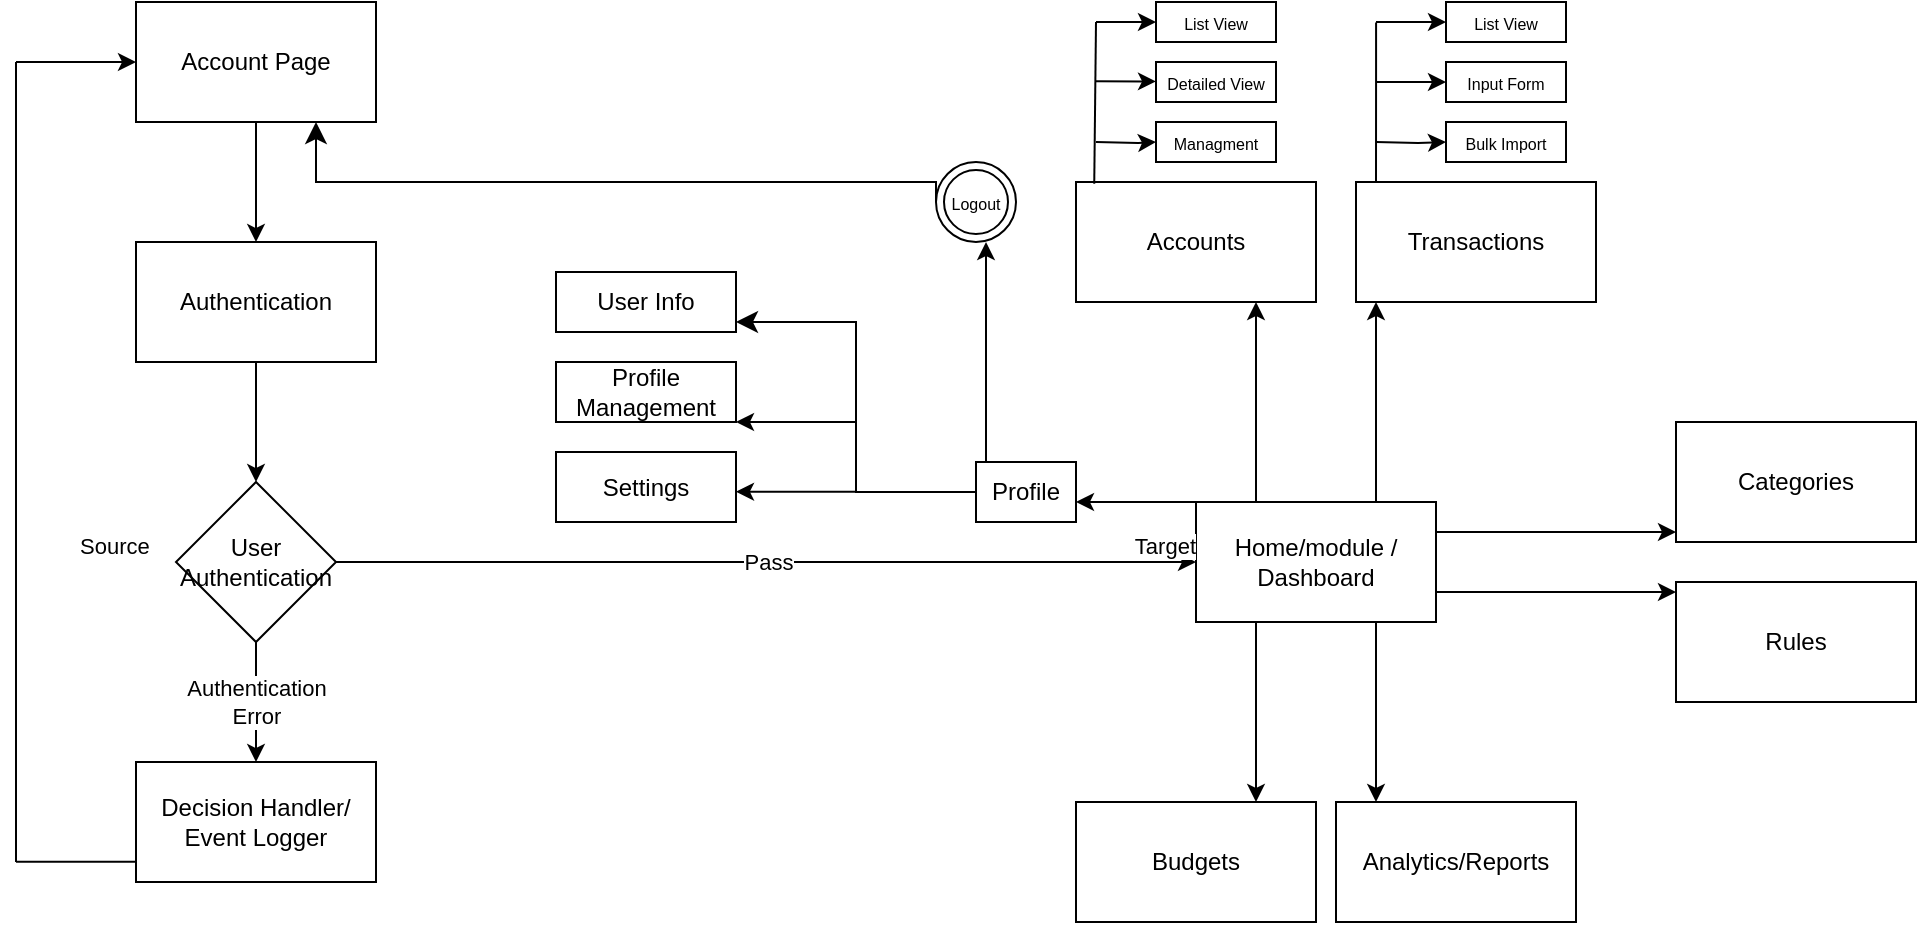
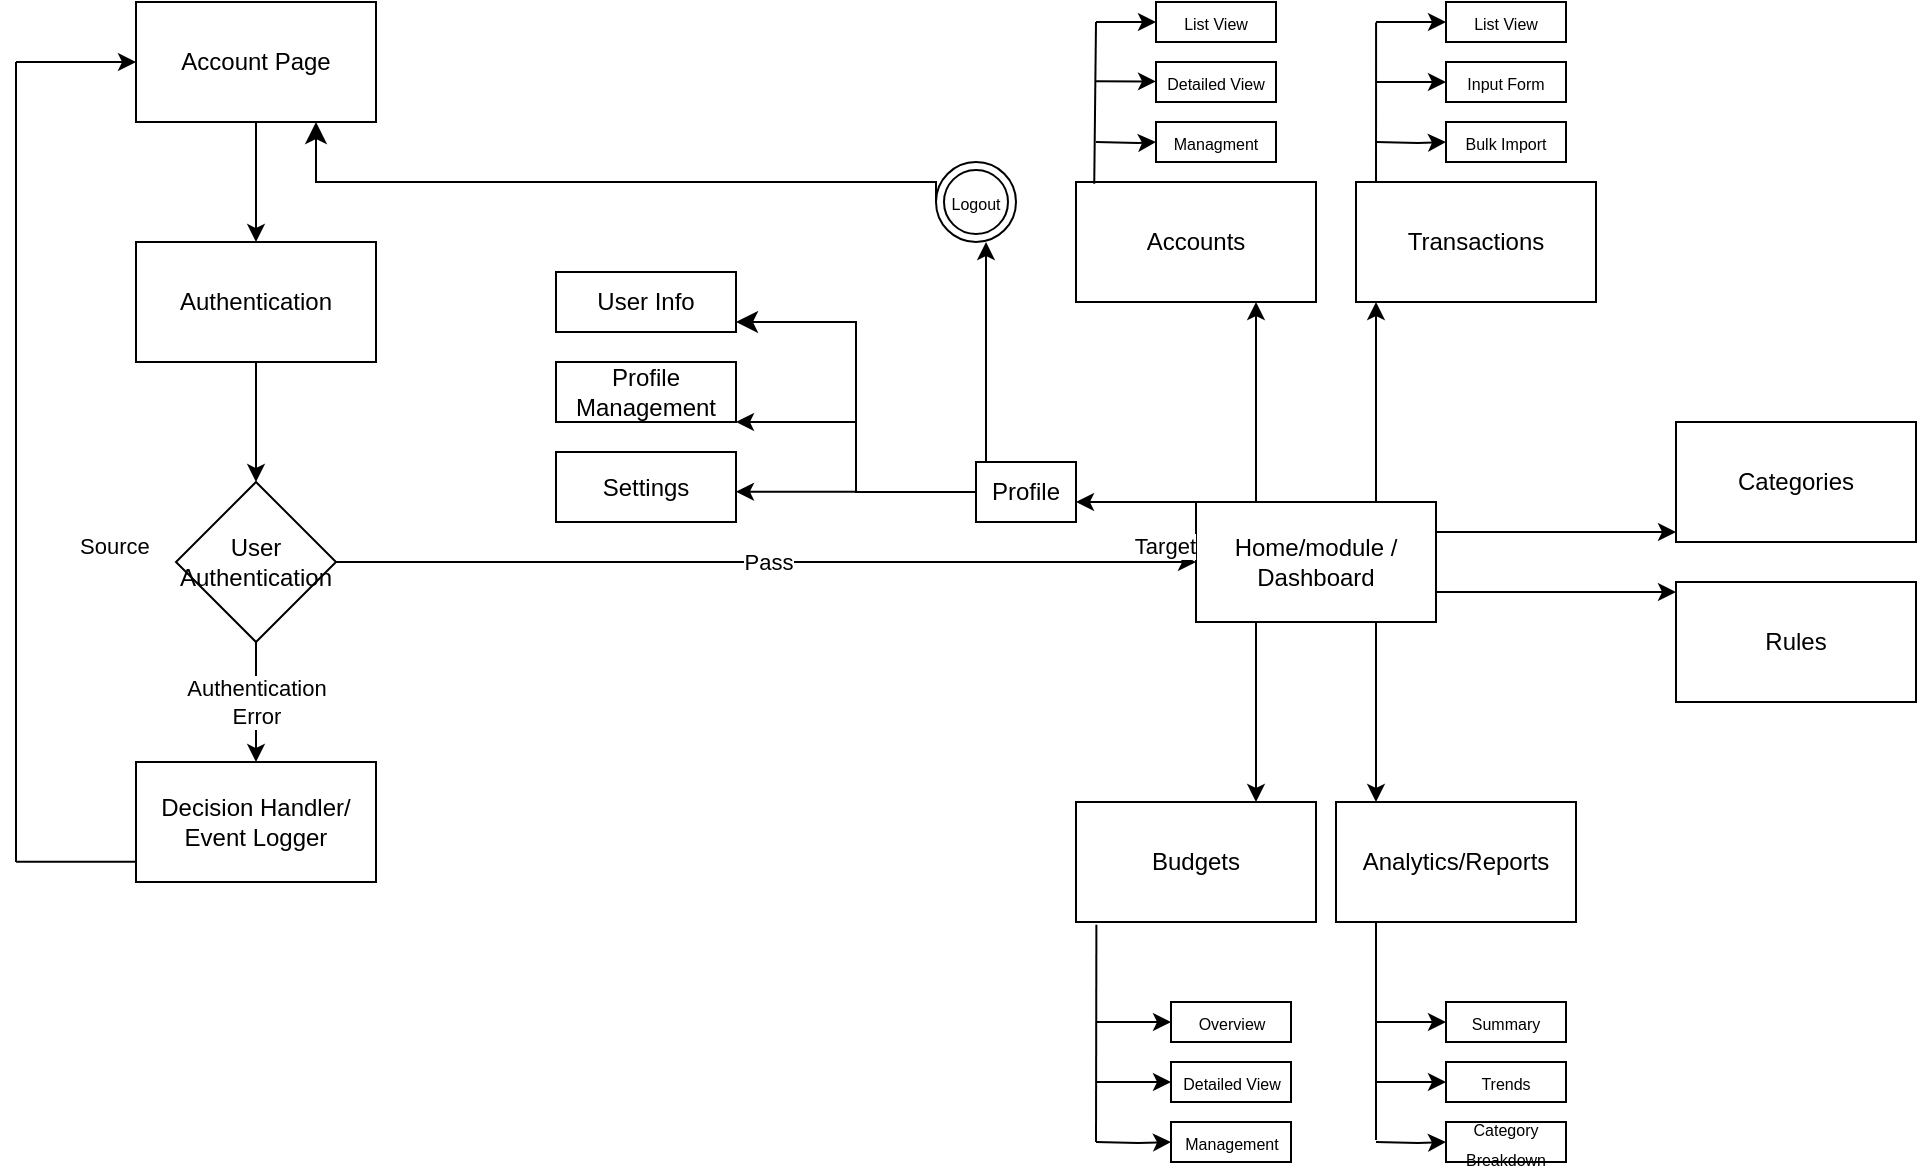
<mxfile host="app.diagrams.net" agent="Mozilla/5.0 (Windows NT 10.0; Win64; x64) AppleWebKit/537.36 (KHTML, like Gecko) Chrome/139.0.0.0 Safari/537.36" version="28.1.0">
  <diagram name="Page-1" id="GulApN4WPxvMzPRhlIXC">
-     <mxGraphModel dx="1194" dy="180" grid="1" gridSize="10" guides="1" tooltips="1" connect="1" arrows="1" fold="1" page="1" pageScale="1" pageWidth="850" pageHeight="1100" math="0" shadow="0">
+     <mxGraphModel dx="1452" dy="316" grid="1" gridSize="10" guides="1" tooltips="1" connect="1" arrows="1" fold="1" page="1" pageScale="1" pageWidth="850" pageHeight="1100" math="0" shadow="0">
      <root>
        <mxCell id="0" />
        <mxCell id="1" parent="0" />
        <mxCell id="rlmv7btFgNykXjglH9dx-1" value="Account Page" style="rounded=0;whiteSpace=wrap;html=1;" parent="1" vertex="1">
          <mxGeometry x="-250" y="80" width="120" height="60" as="geometry" />
        </mxCell>
        <mxCell id="rlmv7btFgNykXjglH9dx-2" value="" style="endArrow=classic;html=1;rounded=0;exitX=0.5;exitY=1;exitDx=0;exitDy=0;entryX=0.5;entryY=0;entryDx=0;entryDy=0;" parent="1" source="rlmv7btFgNykXjglH9dx-1" target="rlmv7btFgNykXjglH9dx-4" edge="1">
          <mxGeometry width="50" height="50" relative="1" as="geometry">
            <mxPoint x="-180" y="150" as="sourcePoint" />
            <mxPoint x="-30" y="110" as="targetPoint" />
          </mxGeometry>
        </mxCell>
        <mxCell id="rlmv7btFgNykXjglH9dx-4" value="Authentication" style="rounded=0;whiteSpace=wrap;html=1;" parent="1" vertex="1">
          <mxGeometry x="-250" y="200" width="120" height="60" as="geometry" />
        </mxCell>
        <mxCell id="rlmv7btFgNykXjglH9dx-6" value="User Authentication" style="rhombus;whiteSpace=wrap;html=1;" parent="1" vertex="1">
          <mxGeometry x="-230" y="320" width="80" height="80" as="geometry" />
        </mxCell>
        <mxCell id="rlmv7btFgNykXjglH9dx-7" value="" style="endArrow=classic;html=1;rounded=0;exitX=0.5;exitY=1;exitDx=0;exitDy=0;" parent="1" source="rlmv7btFgNykXjglH9dx-4" target="rlmv7btFgNykXjglH9dx-6" edge="1">
          <mxGeometry width="50" height="50" relative="1" as="geometry">
            <mxPoint x="-190" y="280" as="sourcePoint" />
            <mxPoint x="-140" y="230" as="targetPoint" />
          </mxGeometry>
        </mxCell>
        <mxCell id="rlmv7btFgNykXjglH9dx-11" value="Home/module / Dashboard" style="rounded=0;whiteSpace=wrap;html=1;" parent="1" vertex="1">
          <mxGeometry x="280" y="330" width="120" height="60" as="geometry" />
        </mxCell>
        <mxCell id="rlmv7btFgNykXjglH9dx-12" value="Pass" style="endArrow=classic;html=1;rounded=0;entryX=0;entryY=0.5;entryDx=0;entryDy=0;exitX=1;exitY=0.5;exitDx=0;exitDy=0;" parent="1" target="rlmv7btFgNykXjglH9dx-11" edge="1" source="rlmv7btFgNykXjglH9dx-6">
          <mxGeometry x="0.0033" relative="1" as="geometry">
            <mxPoint x="120" y="360" as="sourcePoint" />
            <mxPoint x="240" y="360" as="targetPoint" />
            <mxPoint as="offset" />
          </mxGeometry>
        </mxCell>
        <mxCell id="rlmv7btFgNykXjglH9dx-14" value="Source" style="edgeLabel;resizable=0;html=1;;align=left;verticalAlign=bottom;" parent="rlmv7btFgNykXjglH9dx-12" connectable="0" vertex="1">
          <mxGeometry x="-1" relative="1" as="geometry">
            <mxPoint x="-130" as="offset" />
          </mxGeometry>
        </mxCell>
        <mxCell id="rlmv7btFgNykXjglH9dx-15" value="Target" style="edgeLabel;resizable=0;html=1;;align=right;verticalAlign=bottom;" parent="rlmv7btFgNykXjglH9dx-12" connectable="0" vertex="1">
          <mxGeometry x="1" relative="1" as="geometry" />
        </mxCell>
        <mxCell id="rlmv7btFgNykXjglH9dx-16" value="Decision Handler/ Event Logger" style="rounded=0;whiteSpace=wrap;html=1;" parent="1" vertex="1">
          <mxGeometry x="-250" y="460" width="120" height="60" as="geometry" />
        </mxCell>
        <mxCell id="rlmv7btFgNykXjglH9dx-18" value="" style="endArrow=classic;html=1;rounded=0;exitX=0.5;exitY=1;exitDx=0;exitDy=0;entryX=0.5;entryY=0;entryDx=0;entryDy=0;" parent="1" source="rlmv7btFgNykXjglH9dx-6" target="rlmv7btFgNykXjglH9dx-16" edge="1">
          <mxGeometry relative="1" as="geometry">
            <mxPoint x="-30" y="450" as="sourcePoint" />
            <mxPoint x="130" y="450" as="targetPoint" />
          </mxGeometry>
        </mxCell>
        <mxCell id="rlmv7btFgNykXjglH9dx-19" value="Authentication&lt;div&gt;Error&lt;/div&gt;" style="edgeLabel;resizable=0;html=1;;align=center;verticalAlign=middle;" parent="rlmv7btFgNykXjglH9dx-18" connectable="0" vertex="1">
          <mxGeometry relative="1" as="geometry" />
        </mxCell>
        <mxCell id="rlmv7btFgNykXjglH9dx-24" value="" style="endArrow=classic;html=1;rounded=0;entryX=0;entryY=0.5;entryDx=0;entryDy=0;" parent="1" target="rlmv7btFgNykXjglH9dx-1" edge="1">
          <mxGeometry width="50" height="50" relative="1" as="geometry">
            <mxPoint x="-310" y="110" as="sourcePoint" />
            <mxPoint x="-50" y="240" as="targetPoint" />
          </mxGeometry>
        </mxCell>
        <mxCell id="rlmv7btFgNykXjglH9dx-26" value="" style="endArrow=none;html=1;rounded=0;" parent="1" edge="1">
          <mxGeometry width="50" height="50" relative="1" as="geometry">
            <mxPoint x="-310" y="110" as="sourcePoint" />
            <mxPoint x="-310" y="510" as="targetPoint" />
          </mxGeometry>
        </mxCell>
        <mxCell id="rlmv7btFgNykXjglH9dx-28" value="" style="endArrow=none;html=1;rounded=0;" parent="1" edge="1">
          <mxGeometry width="50" height="50" relative="1" as="geometry">
            <mxPoint x="-310" y="509.86" as="sourcePoint" />
            <mxPoint x="-250" y="509.86" as="targetPoint" />
          </mxGeometry>
        </mxCell>
        <mxCell id="tjxwa1OgpTy0bqbMmFWm-2" value="" style="endArrow=classic;html=1;rounded=0;exitX=0.25;exitY=0;exitDx=0;exitDy=0;entryX=0.75;entryY=1;entryDx=0;entryDy=0;" edge="1" parent="1" source="rlmv7btFgNykXjglH9dx-11" target="tjxwa1OgpTy0bqbMmFWm-3">
          <mxGeometry width="50" height="50" relative="1" as="geometry">
            <mxPoint x="320" y="310" as="sourcePoint" />
            <mxPoint x="340" y="240" as="targetPoint" />
            <Array as="points" />
          </mxGeometry>
        </mxCell>
        <mxCell id="tjxwa1OgpTy0bqbMmFWm-3" value="Accounts" style="rounded=0;whiteSpace=wrap;html=1;" vertex="1" parent="1">
          <mxGeometry x="220" y="170" width="120" height="60" as="geometry" />
        </mxCell>
        <mxCell id="tjxwa1OgpTy0bqbMmFWm-4" value="Budgets" style="rounded=0;whiteSpace=wrap;html=1;" vertex="1" parent="1">
          <mxGeometry x="220" y="480" width="120" height="60" as="geometry" />
        </mxCell>
        <mxCell id="tjxwa1OgpTy0bqbMmFWm-5" value="" style="endArrow=classic;html=1;rounded=0;exitX=0.25;exitY=1;exitDx=0;exitDy=0;entryX=0.75;entryY=0;entryDx=0;entryDy=0;" edge="1" parent="1" source="rlmv7btFgNykXjglH9dx-11" target="tjxwa1OgpTy0bqbMmFWm-4">
          <mxGeometry width="50" height="50" relative="1" as="geometry">
            <mxPoint x="350" y="450" as="sourcePoint" />
            <mxPoint x="280" y="470" as="targetPoint" />
          </mxGeometry>
        </mxCell>
        <mxCell id="tjxwa1OgpTy0bqbMmFWm-6" value="" style="endArrow=classic;html=1;rounded=0;exitX=1;exitY=0.25;exitDx=0;exitDy=0;" edge="1" parent="1" source="rlmv7btFgNykXjglH9dx-11">
          <mxGeometry width="50" height="50" relative="1" as="geometry">
            <mxPoint x="460" y="350" as="sourcePoint" />
            <mxPoint x="520" y="345" as="targetPoint" />
          </mxGeometry>
        </mxCell>
        <mxCell id="tjxwa1OgpTy0bqbMmFWm-7" value="" style="endArrow=classic;html=1;rounded=0;exitX=0.75;exitY=1;exitDx=0;exitDy=0;" edge="1" parent="1" source="rlmv7btFgNykXjglH9dx-11">
          <mxGeometry width="50" height="50" relative="1" as="geometry">
            <mxPoint x="470" y="420" as="sourcePoint" />
            <mxPoint x="370" y="480" as="targetPoint" />
          </mxGeometry>
        </mxCell>
        <mxCell id="tjxwa1OgpTy0bqbMmFWm-8" value="Analytics/Reports" style="rounded=0;whiteSpace=wrap;html=1;" vertex="1" parent="1">
          <mxGeometry x="350" y="480" width="120" height="60" as="geometry" />
        </mxCell>
        <mxCell id="tjxwa1OgpTy0bqbMmFWm-9" value="Categories" style="rounded=0;whiteSpace=wrap;html=1;" vertex="1" parent="1">
          <mxGeometry x="520" y="290" width="120" height="60" as="geometry" />
        </mxCell>
        <mxCell id="tjxwa1OgpTy0bqbMmFWm-10" value="" style="endArrow=classic;html=1;rounded=0;exitX=1;exitY=0.75;exitDx=0;exitDy=0;" edge="1" parent="1" source="rlmv7btFgNykXjglH9dx-11">
          <mxGeometry width="50" height="50" relative="1" as="geometry">
            <mxPoint x="480" y="430" as="sourcePoint" />
            <mxPoint x="520" y="375" as="targetPoint" />
          </mxGeometry>
        </mxCell>
        <mxCell id="tjxwa1OgpTy0bqbMmFWm-11" value="Rules" style="rounded=0;whiteSpace=wrap;html=1;" vertex="1" parent="1">
          <mxGeometry x="520" y="370" width="120" height="60" as="geometry" />
        </mxCell>
        <mxCell id="tjxwa1OgpTy0bqbMmFWm-12" value="" style="endArrow=classic;html=1;rounded=0;exitX=0.75;exitY=0;exitDx=0;exitDy=0;" edge="1" parent="1" source="rlmv7btFgNykXjglH9dx-11">
          <mxGeometry width="50" height="50" relative="1" as="geometry">
            <mxPoint x="380" y="310" as="sourcePoint" />
            <mxPoint x="370" y="230" as="targetPoint" />
          </mxGeometry>
        </mxCell>
        <mxCell id="tjxwa1OgpTy0bqbMmFWm-13" value="Transactions" style="rounded=0;whiteSpace=wrap;html=1;" vertex="1" parent="1">
          <mxGeometry x="360" y="170" width="120" height="60" as="geometry" />
        </mxCell>
        <mxCell id="tjxwa1OgpTy0bqbMmFWm-15" value="" style="endArrow=classic;html=1;rounded=0;exitX=0;exitY=0;exitDx=0;exitDy=0;" edge="1" parent="1" source="rlmv7btFgNykXjglH9dx-11">
          <mxGeometry width="50" height="50" relative="1" as="geometry">
            <mxPoint x="180" y="310" as="sourcePoint" />
            <mxPoint x="220" y="330" as="targetPoint" />
          </mxGeometry>
        </mxCell>
        <mxCell id="tjxwa1OgpTy0bqbMmFWm-16" value="Profile" style="rounded=0;whiteSpace=wrap;html=1;" vertex="1" parent="1">
          <mxGeometry x="170" y="310" width="50" height="30" as="geometry" />
        </mxCell>
        <mxCell id="tjxwa1OgpTy0bqbMmFWm-17" value="" style="endArrow=classic;html=1;rounded=0;exitX=0.5;exitY=0;exitDx=0;exitDy=0;" edge="1" parent="1">
          <mxGeometry width="50" height="50" relative="1" as="geometry">
            <mxPoint x="175" y="310" as="sourcePoint" />
            <mxPoint x="175" y="200" as="targetPoint" />
          </mxGeometry>
        </mxCell>
        <mxCell id="tjxwa1OgpTy0bqbMmFWm-18" value="&lt;font style=&quot;font-size: 8px;&quot;&gt;Logout&lt;/font&gt;" style="ellipse;shape=doubleEllipse;whiteSpace=wrap;html=1;aspect=fixed;" vertex="1" parent="1">
          <mxGeometry x="150" y="160" width="40" height="40" as="geometry" />
        </mxCell>
        <mxCell id="tjxwa1OgpTy0bqbMmFWm-20" value="" style="edgeStyle=elbowEdgeStyle;elbow=vertical;endArrow=classic;html=1;curved=0;rounded=0;endSize=8;startSize=8;entryX=0.75;entryY=1;entryDx=0;entryDy=0;exitX=0;exitY=0.5;exitDx=0;exitDy=0;" edge="1" parent="1" source="tjxwa1OgpTy0bqbMmFWm-18" target="rlmv7btFgNykXjglH9dx-1">
          <mxGeometry width="50" height="50" relative="1" as="geometry">
            <mxPoint x="190" y="160" as="sourcePoint" />
            <mxPoint x="240" y="110" as="targetPoint" />
            <Array as="points">
              <mxPoint x="10" y="170" />
            </Array>
          </mxGeometry>
        </mxCell>
        <mxCell id="tjxwa1OgpTy0bqbMmFWm-25" value="" style="edgeStyle=elbowEdgeStyle;elbow=horizontal;endArrow=classic;html=1;curved=0;rounded=0;endSize=8;startSize=8;exitX=0;exitY=0.5;exitDx=0;exitDy=0;" edge="1" parent="1" source="tjxwa1OgpTy0bqbMmFWm-16">
          <mxGeometry width="50" height="50" relative="1" as="geometry">
            <mxPoint x="110" y="330" as="sourcePoint" />
            <mxPoint x="50" y="240" as="targetPoint" />
          </mxGeometry>
        </mxCell>
        <mxCell id="tjxwa1OgpTy0bqbMmFWm-29" value="" style="endArrow=classic;html=1;rounded=0;" edge="1" parent="1">
          <mxGeometry width="50" height="50" relative="1" as="geometry">
            <mxPoint x="110" y="290" as="sourcePoint" />
            <mxPoint x="50" y="290" as="targetPoint" />
          </mxGeometry>
        </mxCell>
        <mxCell id="tjxwa1OgpTy0bqbMmFWm-30" value="User Info" style="rounded=0;whiteSpace=wrap;html=1;" vertex="1" parent="1">
          <mxGeometry x="-40" y="215" width="90" height="30" as="geometry" />
        </mxCell>
        <mxCell id="tjxwa1OgpTy0bqbMmFWm-31" value="Profile Management" style="rounded=0;whiteSpace=wrap;html=1;" vertex="1" parent="1">
          <mxGeometry x="-40" y="260" width="90" height="30" as="geometry" />
        </mxCell>
        <mxCell id="tjxwa1OgpTy0bqbMmFWm-32" value="" style="endArrow=classic;html=1;rounded=0;" edge="1" parent="1">
          <mxGeometry width="50" height="50" relative="1" as="geometry">
            <mxPoint x="110" y="324.82" as="sourcePoint" />
            <mxPoint x="50" y="324.82" as="targetPoint" />
            <Array as="points" />
          </mxGeometry>
        </mxCell>
        <mxCell id="tjxwa1OgpTy0bqbMmFWm-33" value="Settings" style="rounded=0;whiteSpace=wrap;html=1;" vertex="1" parent="1">
          <mxGeometry x="-40" y="305" width="90" height="35" as="geometry" />
        </mxCell>
        <mxCell id="tjxwa1OgpTy0bqbMmFWm-39" value="" style="endArrow=none;html=1;rounded=0;exitX=0.076;exitY=0.014;exitDx=0;exitDy=0;exitPerimeter=0;" edge="1" parent="1" source="tjxwa1OgpTy0bqbMmFWm-3">
          <mxGeometry width="50" height="50" relative="1" as="geometry">
            <mxPoint x="230" y="140" as="sourcePoint" />
            <mxPoint x="230" y="90" as="targetPoint" />
          </mxGeometry>
        </mxCell>
        <mxCell id="tjxwa1OgpTy0bqbMmFWm-40" value="" style="endArrow=classic;html=1;rounded=0;" edge="1" parent="1" source="tjxwa1OgpTy0bqbMmFWm-41">
          <mxGeometry width="50" height="50" relative="1" as="geometry">
            <mxPoint x="230" y="90" as="sourcePoint" />
            <mxPoint x="280" y="90" as="targetPoint" />
            <Array as="points" />
          </mxGeometry>
        </mxCell>
        <mxCell id="tjxwa1OgpTy0bqbMmFWm-42" value="&lt;font style=&quot;font-size: 8px;&quot;&gt;Detailed View&lt;/font&gt;" style="rounded=0;whiteSpace=wrap;html=1;" vertex="1" parent="1">
          <mxGeometry x="260" y="110" width="60" height="20" as="geometry" />
        </mxCell>
        <mxCell id="tjxwa1OgpTy0bqbMmFWm-45" style="edgeStyle=orthogonalEdgeStyle;rounded=0;orthogonalLoop=1;jettySize=auto;html=1;" edge="1" parent="1" target="tjxwa1OgpTy0bqbMmFWm-44">
          <mxGeometry relative="1" as="geometry">
            <mxPoint x="230" y="150" as="sourcePoint" />
          </mxGeometry>
        </mxCell>
        <mxCell id="tjxwa1OgpTy0bqbMmFWm-44" value="&lt;font style=&quot;font-size: 8px;&quot;&gt;Managment&lt;/font&gt;" style="rounded=0;whiteSpace=wrap;html=1;" vertex="1" parent="1">
          <mxGeometry x="260" y="140" width="60" height="20" as="geometry" />
        </mxCell>
        <mxCell id="tjxwa1OgpTy0bqbMmFWm-47" style="edgeStyle=orthogonalEdgeStyle;rounded=0;orthogonalLoop=1;jettySize=auto;html=1;" edge="1" parent="1">
          <mxGeometry relative="1" as="geometry">
            <mxPoint x="260" y="120" as="targetPoint" />
            <mxPoint x="230" y="119.66" as="sourcePoint" />
          </mxGeometry>
        </mxCell>
        <mxCell id="tjxwa1OgpTy0bqbMmFWm-49" value="" style="endArrow=classic;html=1;rounded=0;" edge="1" parent="1" target="tjxwa1OgpTy0bqbMmFWm-41">
          <mxGeometry width="50" height="50" relative="1" as="geometry">
            <mxPoint x="230" y="90" as="sourcePoint" />
            <mxPoint x="280" y="90" as="targetPoint" />
            <Array as="points" />
          </mxGeometry>
        </mxCell>
        <mxCell id="tjxwa1OgpTy0bqbMmFWm-41" value="&lt;font style=&quot;font-size: 8px;&quot;&gt;List View&lt;/font&gt;" style="rounded=0;whiteSpace=wrap;html=1;" vertex="1" parent="1">
          <mxGeometry x="260" y="80" width="60" height="20" as="geometry" />
        </mxCell>
        <mxCell id="tjxwa1OgpTy0bqbMmFWm-65" value="" style="endArrow=classic;html=1;rounded=0;" edge="1" parent="1" source="tjxwa1OgpTy0bqbMmFWm-71">
          <mxGeometry width="50" height="50" relative="1" as="geometry">
            <mxPoint x="375" y="90" as="sourcePoint" />
            <mxPoint x="425" y="90" as="targetPoint" />
            <Array as="points" />
          </mxGeometry>
        </mxCell>
        <mxCell id="tjxwa1OgpTy0bqbMmFWm-66" value="&lt;font style=&quot;font-size: 8px;&quot;&gt;Input Form&lt;/font&gt;" style="rounded=0;whiteSpace=wrap;html=1;" vertex="1" parent="1">
          <mxGeometry x="405" y="110" width="60" height="20" as="geometry" />
        </mxCell>
        <mxCell id="tjxwa1OgpTy0bqbMmFWm-67" style="edgeStyle=orthogonalEdgeStyle;rounded=0;orthogonalLoop=1;jettySize=auto;html=1;" edge="1" parent="1" target="tjxwa1OgpTy0bqbMmFWm-68">
          <mxGeometry relative="1" as="geometry">
            <mxPoint x="370" y="150" as="sourcePoint" />
          </mxGeometry>
        </mxCell>
        <mxCell id="tjxwa1OgpTy0bqbMmFWm-68" value="&lt;font style=&quot;font-size: 8px;&quot;&gt;Bulk Import&lt;/font&gt;" style="rounded=0;whiteSpace=wrap;html=1;" vertex="1" parent="1">
          <mxGeometry x="405" y="140" width="60" height="20" as="geometry" />
        </mxCell>
        <mxCell id="tjxwa1OgpTy0bqbMmFWm-69" style="edgeStyle=orthogonalEdgeStyle;rounded=0;orthogonalLoop=1;jettySize=auto;html=1;" edge="1" parent="1">
          <mxGeometry relative="1" as="geometry">
            <mxPoint x="405" y="120" as="targetPoint" />
            <mxPoint x="370" y="120" as="sourcePoint" />
          </mxGeometry>
        </mxCell>
        <mxCell id="tjxwa1OgpTy0bqbMmFWm-70" value="" style="endArrow=classic;html=1;rounded=0;" edge="1" parent="1" target="tjxwa1OgpTy0bqbMmFWm-71">
          <mxGeometry width="50" height="50" relative="1" as="geometry">
            <mxPoint x="370" y="90" as="sourcePoint" />
            <mxPoint x="425" y="90" as="targetPoint" />
            <Array as="points" />
          </mxGeometry>
        </mxCell>
        <mxCell id="tjxwa1OgpTy0bqbMmFWm-71" value="&lt;font style=&quot;font-size: 8px;&quot;&gt;List View&lt;/font&gt;" style="rounded=0;whiteSpace=wrap;html=1;" vertex="1" parent="1">
          <mxGeometry x="405" y="80" width="60" height="20" as="geometry" />
        </mxCell>
        <mxCell id="tjxwa1OgpTy0bqbMmFWm-72" value="" style="endArrow=none;html=1;rounded=0;exitX=0.108;exitY=-0.004;exitDx=0;exitDy=0;exitPerimeter=0;" edge="1" parent="1">
          <mxGeometry width="50" height="50" relative="1" as="geometry">
            <mxPoint x="370.00000000000006" y="170.00000000000003" as="sourcePoint" />
            <mxPoint x="370.04" y="90.24" as="targetPoint" />
            <Array as="points">
              <mxPoint x="370.04" y="110.24" />
            </Array>
          </mxGeometry>
        </mxCell>
+         <mxCell id="tjxwa1OgpTy0bqbMmFWm-73" value="" style="endArrow=classic;html=1;rounded=0;" edge="1" parent="1" source="tjxwa1OgpTy0bqbMmFWm-79">
+           <mxGeometry width="50" height="50" relative="1" as="geometry">
+             <mxPoint x="237.5" y="590" as="sourcePoint" />
+             <mxPoint x="287.5" y="590" as="targetPoint" />
+             <Array as="points" />
+           </mxGeometry>
+         </mxCell>
+         <mxCell id="tjxwa1OgpTy0bqbMmFWm-74" value="&lt;font style=&quot;font-size: 8px;&quot;&gt;Detailed View&lt;/font&gt;" style="rounded=0;whiteSpace=wrap;html=1;" vertex="1" parent="1">
+           <mxGeometry x="267.5" y="610" width="60" height="20" as="geometry" />
+         </mxCell>
+         <mxCell id="tjxwa1OgpTy0bqbMmFWm-75" style="edgeStyle=orthogonalEdgeStyle;rounded=0;orthogonalLoop=1;jettySize=auto;html=1;" edge="1" parent="1" target="tjxwa1OgpTy0bqbMmFWm-76">
+           <mxGeometry relative="1" as="geometry">
+             <mxPoint x="230" y="650" as="sourcePoint" />
+           </mxGeometry>
+         </mxCell>
+         <mxCell id="tjxwa1OgpTy0bqbMmFWm-76" value="&lt;span style=&quot;font-size: 8px;&quot;&gt;Management&lt;/span&gt;" style="rounded=0;whiteSpace=wrap;html=1;" vertex="1" parent="1">
+           <mxGeometry x="267.5" y="640" width="60" height="20" as="geometry" />
+         </mxCell>
+         <mxCell id="tjxwa1OgpTy0bqbMmFWm-77" style="edgeStyle=orthogonalEdgeStyle;rounded=0;orthogonalLoop=1;jettySize=auto;html=1;" edge="1" parent="1">
+           <mxGeometry relative="1" as="geometry">
+             <mxPoint x="267.5" y="620" as="targetPoint" />
+             <mxPoint x="230" y="620" as="sourcePoint" />
+           </mxGeometry>
+         </mxCell>
+         <mxCell id="tjxwa1OgpTy0bqbMmFWm-78" value="" style="endArrow=classic;html=1;rounded=0;" edge="1" parent="1" target="tjxwa1OgpTy0bqbMmFWm-79">
+           <mxGeometry width="50" height="50" relative="1" as="geometry">
+             <mxPoint x="230" y="590" as="sourcePoint" />
+             <mxPoint x="287.5" y="590" as="targetPoint" />
+             <Array as="points" />
+           </mxGeometry>
+         </mxCell>
+         <mxCell id="tjxwa1OgpTy0bqbMmFWm-79" value="&lt;font style=&quot;font-size: 8px;&quot;&gt;Overview&lt;/font&gt;" style="rounded=0;whiteSpace=wrap;html=1;" vertex="1" parent="1">
+           <mxGeometry x="267.5" y="580" width="60" height="20" as="geometry" />
+         </mxCell>
+         <mxCell id="tjxwa1OgpTy0bqbMmFWm-80" value="" style="endArrow=classic;html=1;rounded=0;" edge="1" parent="1" source="tjxwa1OgpTy0bqbMmFWm-86">
+           <mxGeometry width="50" height="50" relative="1" as="geometry">
+             <mxPoint x="375" y="590" as="sourcePoint" />
+             <mxPoint x="425" y="590" as="targetPoint" />
+             <Array as="points" />
+           </mxGeometry>
+         </mxCell>
+         <mxCell id="tjxwa1OgpTy0bqbMmFWm-81" value="&lt;font style=&quot;font-size: 8px;&quot;&gt;Trends&lt;/font&gt;" style="rounded=0;whiteSpace=wrap;html=1;" vertex="1" parent="1">
+           <mxGeometry x="405" y="610" width="60" height="20" as="geometry" />
+         </mxCell>
+         <mxCell id="tjxwa1OgpTy0bqbMmFWm-82" style="edgeStyle=orthogonalEdgeStyle;rounded=0;orthogonalLoop=1;jettySize=auto;html=1;" edge="1" parent="1" target="tjxwa1OgpTy0bqbMmFWm-83">
+           <mxGeometry relative="1" as="geometry">
+             <mxPoint x="370" y="650" as="sourcePoint" />
+           </mxGeometry>
+         </mxCell>
+         <mxCell id="tjxwa1OgpTy0bqbMmFWm-83" value="&lt;font style=&quot;font-size: 8px;&quot;&gt;Category Breakdown&lt;/font&gt;" style="rounded=0;whiteSpace=wrap;html=1;" vertex="1" parent="1">
+           <mxGeometry x="405" y="640" width="60" height="20" as="geometry" />
+         </mxCell>
+         <mxCell id="tjxwa1OgpTy0bqbMmFWm-84" style="edgeStyle=orthogonalEdgeStyle;rounded=0;orthogonalLoop=1;jettySize=auto;html=1;" edge="1" parent="1">
+           <mxGeometry relative="1" as="geometry">
+             <mxPoint x="405" y="620" as="targetPoint" />
+             <mxPoint x="370" y="620" as="sourcePoint" />
+           </mxGeometry>
+         </mxCell>
+         <mxCell id="tjxwa1OgpTy0bqbMmFWm-85" value="" style="endArrow=classic;html=1;rounded=0;" edge="1" parent="1" target="tjxwa1OgpTy0bqbMmFWm-86">
+           <mxGeometry width="50" height="50" relative="1" as="geometry">
+             <mxPoint x="370" y="590" as="sourcePoint" />
+             <mxPoint x="425" y="590" as="targetPoint" />
+             <Array as="points" />
+           </mxGeometry>
+         </mxCell>
+         <mxCell id="tjxwa1OgpTy0bqbMmFWm-86" value="&lt;font style=&quot;font-size: 8px;&quot;&gt;Summary&lt;/font&gt;" style="rounded=0;whiteSpace=wrap;html=1;" vertex="1" parent="1">
+           <mxGeometry x="405" y="580" width="60" height="20" as="geometry" />
+         </mxCell>
+         <mxCell id="tjxwa1OgpTy0bqbMmFWm-87" value="" style="endArrow=none;html=1;rounded=0;entryX=0.085;entryY=1.023;entryDx=0;entryDy=0;entryPerimeter=0;" edge="1" parent="1" target="tjxwa1OgpTy0bqbMmFWm-4">
+           <mxGeometry width="50" height="50" relative="1" as="geometry">
+             <mxPoint x="230" y="650" as="sourcePoint" />
+             <mxPoint x="250" y="580" as="targetPoint" />
+           </mxGeometry>
+         </mxCell>
+         <mxCell id="tjxwa1OgpTy0bqbMmFWm-88" value="" style="endArrow=none;html=1;rounded=0;entryX=0.085;entryY=1.023;entryDx=0;entryDy=0;entryPerimeter=0;" edge="1" parent="1">
+           <mxGeometry width="50" height="50" relative="1" as="geometry">
+             <mxPoint x="370" y="649" as="sourcePoint" />
+             <mxPoint x="370" y="540" as="targetPoint" />
+           </mxGeometry>
+         </mxCell>
      </root>
    </mxGraphModel>
  </diagram>
</mxfile>
